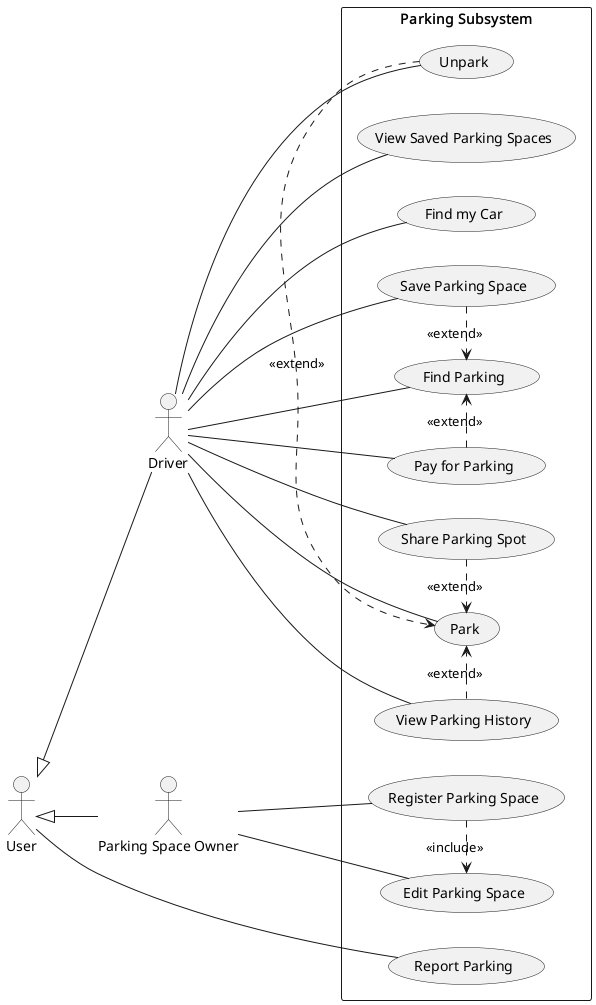
Before: images/use-cases-parking.png, a diagram exported from PlantUML (YannisRavasopoulos/ProjectSD_S6).
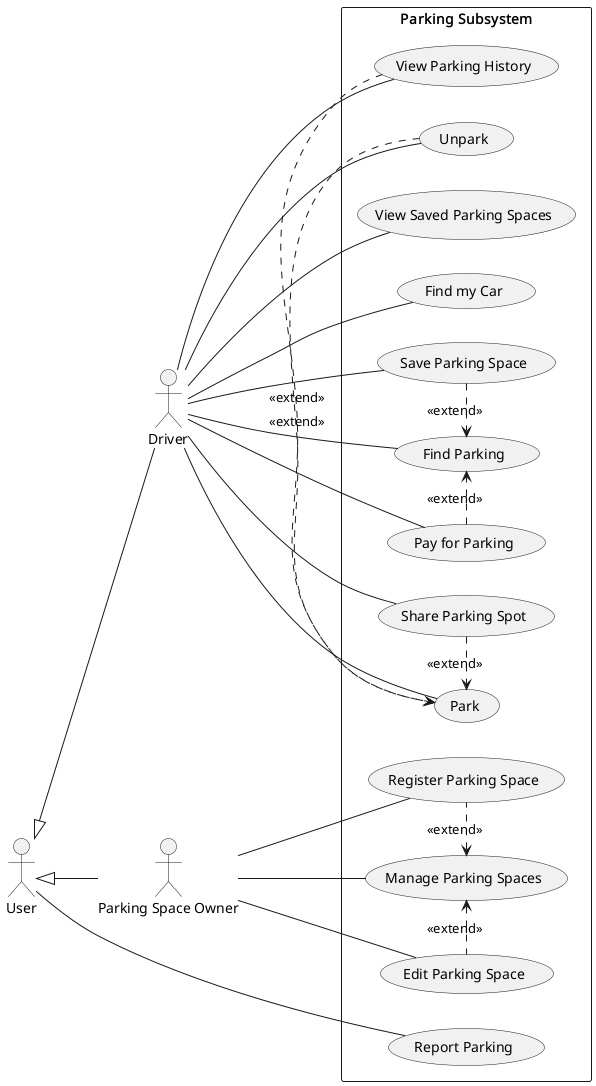
After the commit.

Diff of the diagram source:
```diff
@@ -22,6 +22,7 @@
     usecase "Save Parking Space"
     usecase "Pay for Parking"
     usecase "Find my Car"
+    usecase "Manage Parking Spaces"
 }
 
 "User" -- "Report Parking"
@@ -38,14 +39,16 @@
 
 "Parking Space Owner" -- "Register Parking Space"
 "Parking Space Owner" -- "Edit Parking Space"
+"Parking Space Owner" -- "Manage Parking Spaces"
 
-"Save Parking Space" .> "Find Parking": <<extend>>
-"Pay for Parking" .> "Find Parking": <<extend>>
+"Save Parking Space" .> "Find Parking": "<<extend>>"
+"Pay for Parking" .> "Find Parking": "<<extend>>"
 
-"Share Parking Spot" .> "Park": <<extend>>
-"View Parking History" .> "Park": <<extend>>
-"Unpark" .> "Park": <<extend>>
+"Share Parking Spot" .> "Park": "<<extend>>"
+"View Parking History" .> "Park": "<<extend>>"
+"Unpark" .> "Park": "<<extend>>"
 
-"Register Parking Space" .> "Edit Parking Space": <<include>>
+"Manage Parking Spaces" <. "Edit Parking Space": "<<extend>>"
+"Manage Parking Spaces" <. "Register Parking Space": "<<extend>>"
 
 @enduml
```
